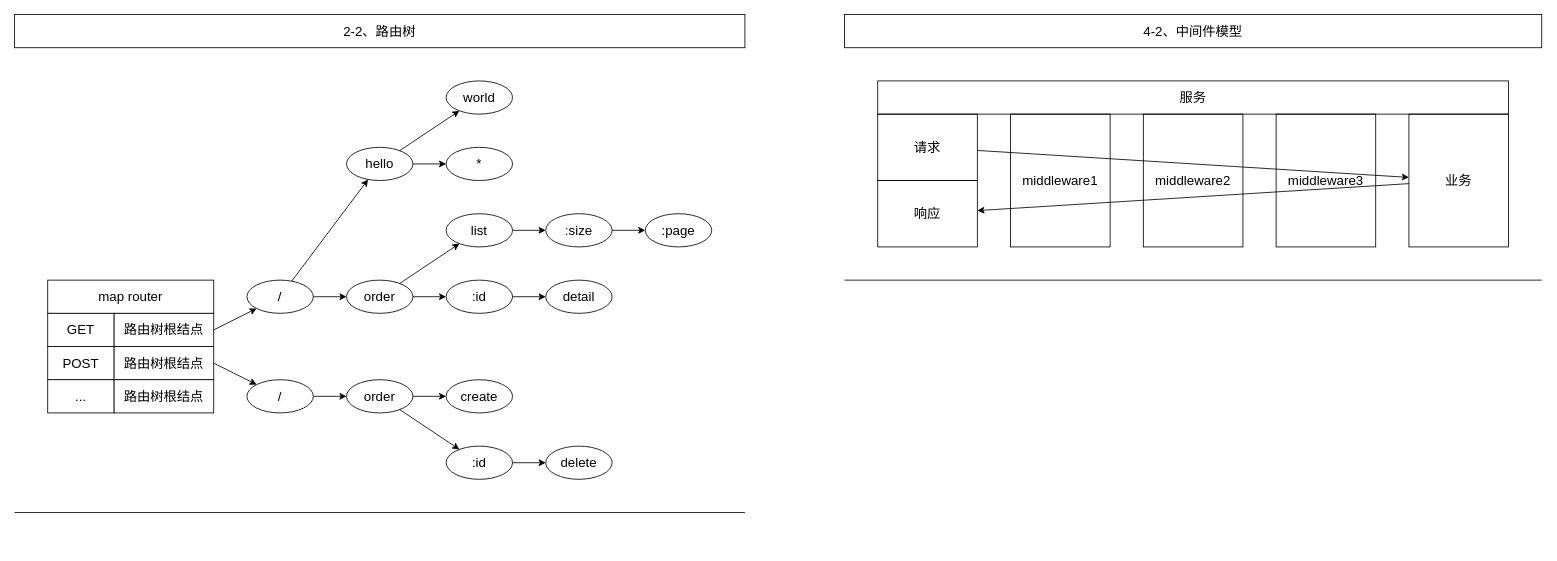
Earlier version of the draw.io diagram drawio/computer-science/programming-language/framework/web/web.drawio (KelipuTe/note). Source tidied: cells renumbered, new cells numbered last; positions are measured from the earlier drawing's top-left corner, leaving out a move shared by most shapes. Both pictures are drawn from the tidied source at 83%, with x=0, y=0 at pixel (14, 14).
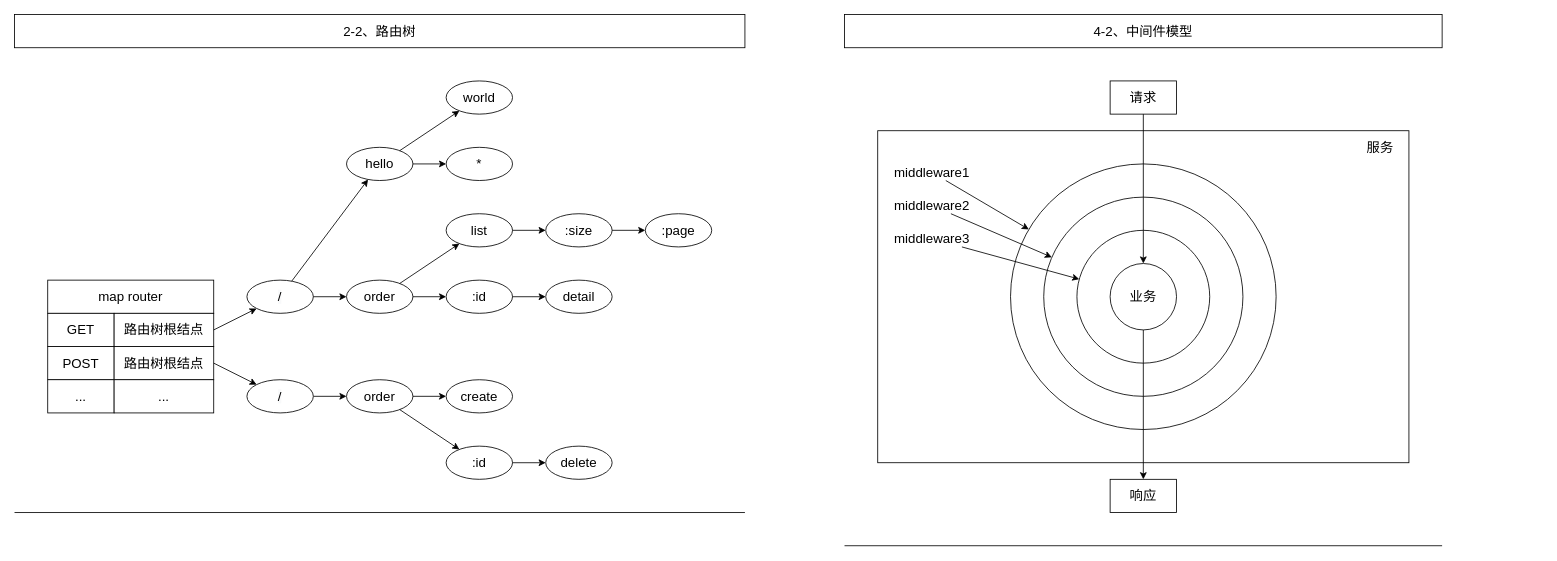
After the change.

Change to the diagram source:
```diff
@@
+    <mxCell id="52" style="ellipse;whiteSpace=wrap;html=1;fillColor=none;" parent="1" vertex="1">
+      <mxGeometry x="1280" y="260" width="160" height="160" as="geometry" />
+    </mxCell>
+    <mxCell id="48" style="endArrow=classic;html=1;rounded=0;fontSize=16;fontColor=default;strokeColor=default;" parent="1" edge="1" source="45" target="49">
+      <mxGeometry relative="1" as="geometry" />
+    </mxCell>
+    <mxCell id="53" style="ellipse;whiteSpace=wrap;html=1;fillColor=none;" parent="1" vertex="1">
+      <mxGeometry x="1240" y="220" width="240" height="240" as="geometry" />
+    </mxCell>
+    <mxCell id="54" style="ellipse;whiteSpace=wrap;html=1;fillColor=none;" parent="1" vertex="1">
+      <mxGeometry x="1200" y="180" width="320" height="320" as="geometry" />
+    </mxCell>
@@
-    <mxCell id="8" value="路由树根结点" style="rounded=0;whiteSpace=wrap;html=1;fontSize=16;fontColor=default;strokeColor=default;" parent="1" vertex="1">
+    <mxCell id="8" value="..." style="rounded=0;whiteSpace=wrap;html=1;fontSize=16;fontColor=default;strokeColor=default;" parent="1" vertex="1">
       <mxGeometry x="120" y="440" width="120" height="40" as="geometry" />
     </mxCell>
@@
     <mxCell id="41" value="4-2、中间件模型" style="rounded=0;whiteSpace=wrap;html=1;fontSize=16;fontColor=default;strokeColor=default;" parent="1" vertex="1">
-      <mxGeometry x="1000" width="840" height="40" as="geometry" />
+      <mxGeometry x="1000" width="720" height="40" as="geometry" />
     </mxCell>
+    <mxCell id="45" value="请求" style="rounded=0;whiteSpace=wrap;html=1;fontSize=16;fontColor=default;strokeColor=default;fillColor=none;" parent="1" vertex="1">
+      <mxGeometry x="1320" y="80" width="80" height="40" as="geometry" />
+    </mxCell>
+    <mxCell id="46" value="响应" style="rounded=0;whiteSpace=wrap;html=1;fontSize=16;fontColor=default;strokeColor=default;fillColor=none;" parent="1" vertex="1">
+      <mxGeometry x="1320" y="560" width="80" height="40" as="geometry" />
+    </mxCell>
+    <mxCell id="50" style="endArrow=classic;html=1;rounded=0;fontSize=16;fontColor=default;strokeColor=default;" parent="1" edge="1" source="42" target="54">
+      <mxGeometry relative="1" as="geometry" />
+    </mxCell>
+    <mxCell id="49" value="&lt;span style=&quot;font-size: 16px&quot;&gt;业务&lt;/span&gt;" style="ellipse;whiteSpace=wrap;html=1;fillColor=none;" parent="1" vertex="1">
+      <mxGeometry x="1320" y="300" width="80" height="80" as="geometry" />
+    </mxCell>
-    <mxCell id="42" value="middleware1" style="rounded=0;whiteSpace=wrap;html=1;fontSize=16;fontColor=default;strokeColor=default;fillColor=none;" parent="1" vertex="1">
-      <mxGeometry x="1200" y="120" width="120" height="160" as="geometry" />
+    <mxCell id="42" value="&lt;span style=&quot;font-size: 16px&quot;&gt;middleware1&lt;/span&gt;" style="text;html=1;align=center;verticalAlign=middle;points=[];strokeColor=none;fillColor=none;" parent="1" vertex="1">
+      <mxGeometry x="1050" y="180" width="110" height="20" as="geometry" />
     </mxCell>
-    <mxCell id="43" value="middleware2" style="rounded=0;whiteSpace=wrap;html=1;fontSize=16;fontColor=default;strokeColor=default;fillColor=none;" parent="1" vertex="1">
-      <mxGeometry x="1360" y="120" width="120" height="160" as="geometry" />
+    <mxCell id="43" value="&lt;span style=&quot;font-size: 16px&quot;&gt;middleware2&lt;/span&gt;" style="text;html=1;align=center;verticalAlign=middle;points=[];strokeColor=none;fillColor=none;" parent="1" vertex="1">
+      <mxGeometry x="1050" y="220" width="110" height="20" as="geometry" />
     </mxCell>
-    <mxCell id="44" value="middleware3" style="rounded=0;whiteSpace=wrap;html=1;fontSize=16;fontColor=default;strokeColor=default;fillColor=none;" parent="1" vertex="1">
-      <mxGeometry x="1520" y="120" width="120" height="160" as="geometry" />
+    <mxCell id="44" value="&lt;span style=&quot;font-size: 16px&quot;&gt;middleware3&lt;/span&gt;" style="text;html=1;align=center;verticalAlign=middle;points=[];strokeColor=none;fillColor=none;" parent="1" vertex="1">
+      <mxGeometry x="1050" y="260" width="110" height="20" as="geometry" />
     </mxCell>
-    <mxCell id="45" value="请求" style="rounded=0;whiteSpace=wrap;html=1;fontSize=16;fontColor=default;strokeColor=default;fillColor=none;" parent="1" vertex="1">
-      <mxGeometry x="1040" y="120" width="120" height="80" as="geometry" />
-    </mxCell>
-    <mxCell id="46" value="响应" style="rounded=0;whiteSpace=wrap;html=1;fontSize=16;fontColor=default;strokeColor=default;fillColor=none;" parent="1" vertex="1">
-      <mxGeometry x="1040" y="200" width="120" height="80" as="geometry" />
-    </mxCell>
+    <mxCell id="55" style="endArrow=classic;html=1;rounded=0;fontSize=16;fontColor=default;strokeColor=default;" parent="1" edge="1" source="43" target="53">
+      <mxGeometry relative="1" as="geometry" />
+    </mxCell>
+    <mxCell id="56" style="endArrow=classic;html=1;rounded=0;fontSize=16;fontColor=default;strokeColor=default;" parent="1" edge="1" source="44" target="52">
+      <mxGeometry relative="1" as="geometry" />
+    </mxCell>
+    <mxCell id="57" style="endArrow=classic;html=1;rounded=0;fontSize=16;fontColor=default;strokeColor=default;" parent="1" edge="1" source="49" target="46">
+      <mxGeometry relative="1" as="geometry" />
+    </mxCell>
-    <mxCell id="47" value="服务" style="rounded=0;whiteSpace=wrap;html=1;fontSize=16;fontColor=default;strokeColor=default;fillColor=none;" parent="1" vertex="1">
-      <mxGeometry x="1040" y="80" width="760" height="40" as="geometry" />
+    <mxCell id="47" style="rounded=0;whiteSpace=wrap;html=1;fontSize=16;fontColor=default;strokeColor=default;fillColor=none;" parent="1" vertex="1">
+      <mxGeometry x="1040" y="140" width="640" height="400" as="geometry" />
     </mxCell>
-    <mxCell id="48" style="endArrow=classic;html=1;rounded=0;fontSize=16;fontColor=default;strokeColor=default;" parent="1" edge="1" source="45" target="49">
-      <mxGeometry relative="1" as="geometry" />
-    </mxCell>
-    <mxCell id="49" value="业务" style="rounded=0;whiteSpace=wrap;html=1;fontSize=16;fontColor=default;strokeColor=default;fillColor=none;" parent="1" vertex="1">
-      <mxGeometry x="1680" y="120" width="120" height="160" as="geometry" />
-    </mxCell>
-    <mxCell id="50" style="endArrow=classic;html=1;rounded=0;fontSize=16;fontColor=default;strokeColor=default;" parent="1" edge="1" source="49" target="46">
-      <mxGeometry relative="1" as="geometry" />
-    </mxCell>
-    <mxCell id="51" style="endArrow=none;html=1;rounded=0;fontSize=16;fontColor=default;strokeColor=default;" parent="1" edge="1">
-      <mxGeometry relative="1" as="geometry">
-        <mxPoint x="1000" y="320" as="sourcePoint" />
-        <mxPoint x="1840" y="320" as="targetPoint" />
-        <Array as="points">
-          <mxPoint x="1000" y="320" />
-        </Array>
-      </mxGeometry>
-    </mxCell>
+    <mxCell id="58" value="&lt;span style=&quot;font-size: 16px&quot;&gt;服务&lt;/span&gt;" style="text;html=1;align=center;verticalAlign=middle;strokeColor=none;fillColor=none;" parent="1" vertex="1">
+      <mxGeometry x="1620" y="150" width="50" height="20" as="geometry" />
+    </mxCell>
+    <mxCell id="59" style="endArrow=none;html=1;rounded=0;fontSize=16;fontColor=default;strokeColor=default;" parent="1" edge="1">
+      <mxGeometry relative="1" as="geometry">
+        <mxPoint x="1000" y="640" as="sourcePoint" />
+        <mxPoint x="1720" y="640" as="targetPoint" />
+        <Array as="points">
+          <mxPoint x="1000" y="640" />
+        </Array>
+      </mxGeometry>
+    </mxCell>
```
